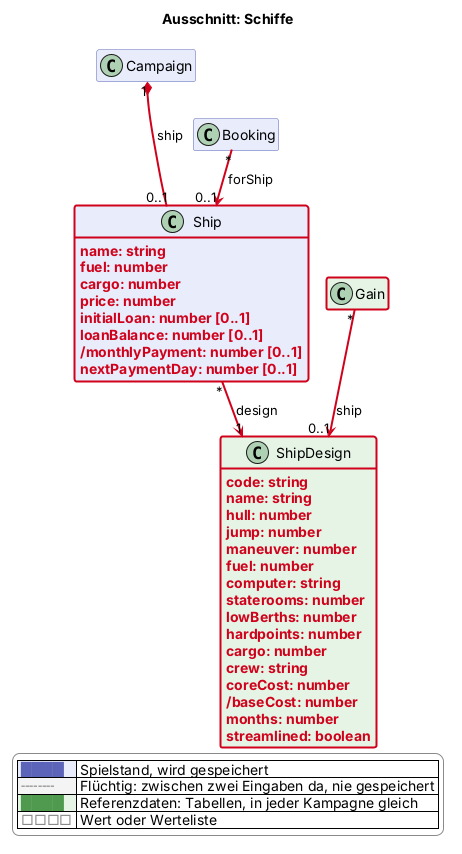
scuzzar/SRE keeps this PlantUML diagram as docs/views/schiffe.png. Above is the earlier version.
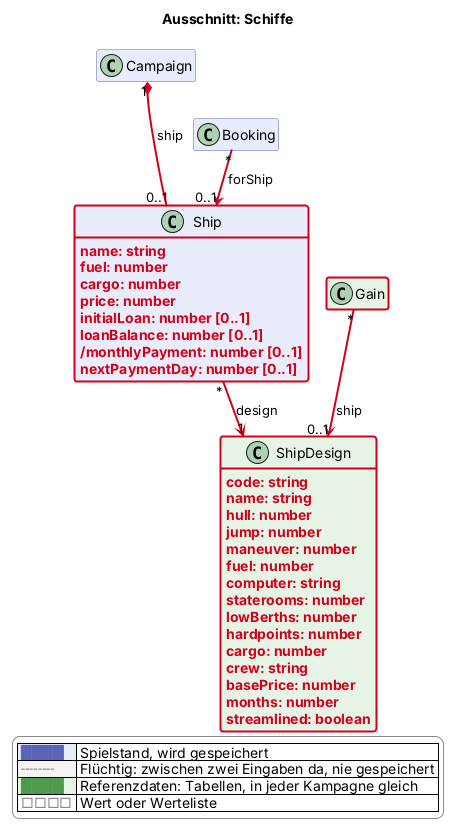
The same diagram one commit later.

Commit message:
Schiffe (Entwurf): ShipDesign.basePrice als fester Wert statt vorgetäuschter Ableitung

Diff of the diagram source:
```diff
@@ -92,8 +92,7 @@
     $new("2026-11-16", "hardpoints: number")
     $new("2026-11-16", "cargo: number")
     $new("2026-11-16", "crew: string")
-    $new("2026-11-16", "coreCost: number")
-    $new("2026-11-16", "/baseCost: number")
+    $new("2026-11-16", "basePrice: number")
     $new("2026-11-16", "months: number")
     $new("2026-11-16", "streamlined: boolean")
   }
```
